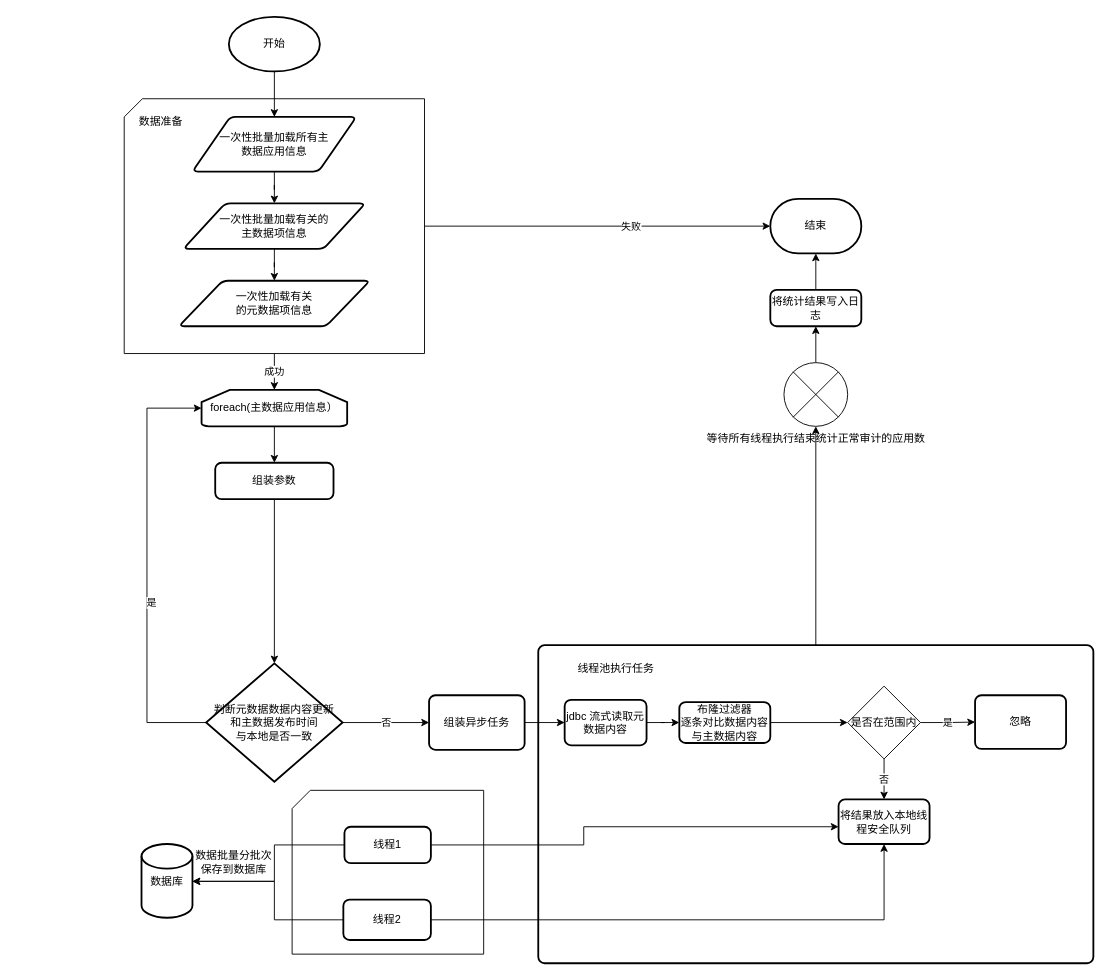
Earlier version of the draw.io diagram 主数据审计.drawio (weiqingping/dw). Source tidied: cells renumbered, new cells numbered last; positions are measured from the earlier drawing's top-left corner, leaving out a move shared by most shapes. Both pictures are drawn from the tidied source at 91%, with x=0, y=0 at pixel (124, 16).
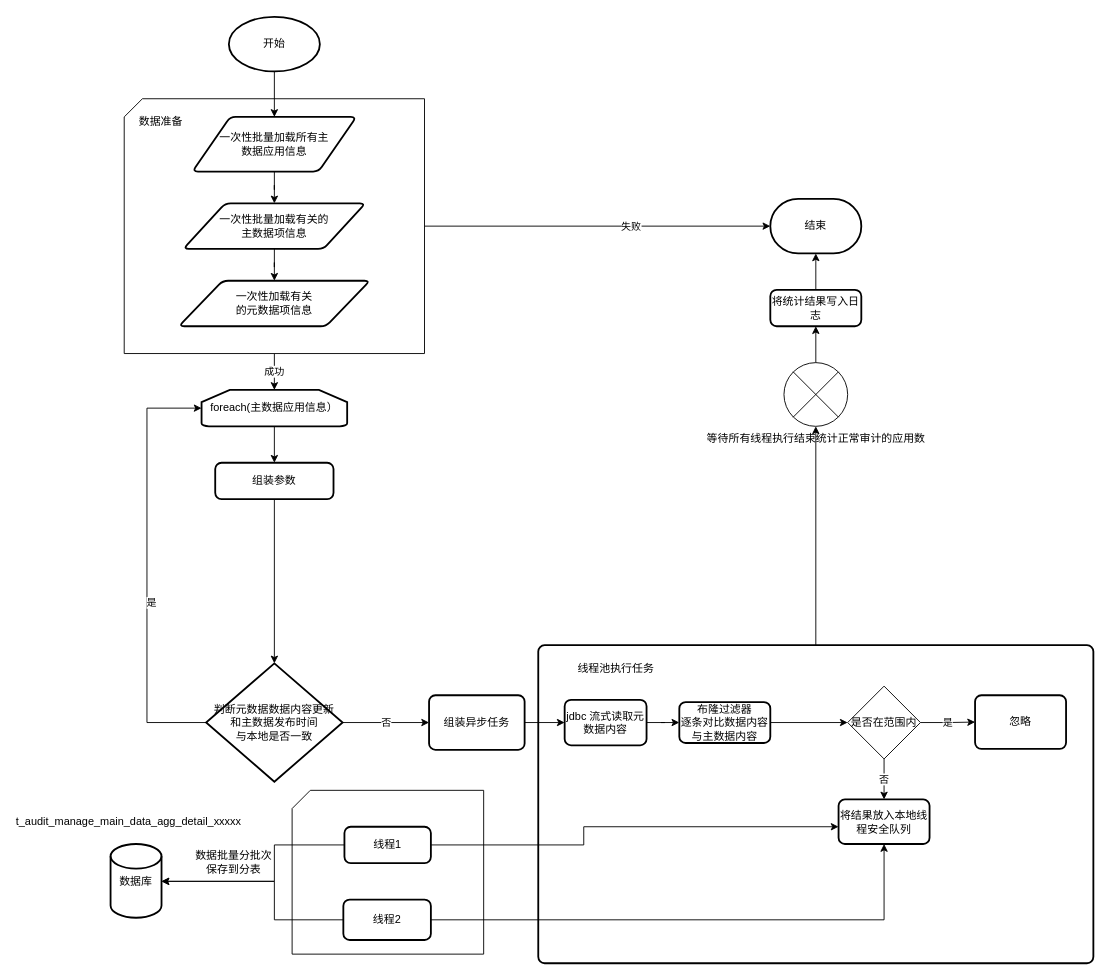
The same page after the edit.

Commit message:
更新主数据审计.drawio

Change to the diagram source:
```diff
@@
     <mxCell id="41" value="数据库" style="strokeWidth=2;html=1;shape=mxgraph.flowchart.database;whiteSpace=wrap;" parent="1" vertex="1">
-      <mxGeometry x="19" y="909" width="56" height="81" as="geometry" />
+      <mxGeometry x="-15" y="909" width="56" height="81" as="geometry" />
     </mxCell>
@@
-    <mxCell id="49" value="数据批量分批次&lt;br&gt;保存到数据库" style="text;html=1;align=center;verticalAlign=middle;fillColor=none;strokeColor=none;rounded=0;" parent="1" vertex="1">
+    <mxCell id="49" value="数据批量分批次&lt;br&gt;保存到分表" style="text;html=1;align=center;verticalAlign=middle;fillColor=none;strokeColor=none;rounded=0;" parent="1" vertex="1">
       <mxGeometry x="65" y="909" width="110" height="40" as="geometry" />
     </mxCell>
+    <mxCell id="50" value="t_audit_manage_main_data_agg_detail_xxxxx" style="text;strokeColor=none;align=center;fillColor=none;html=1;verticalAlign=middle;whiteSpace=wrap;rounded=0;" parent="1" vertex="1">
+      <mxGeometry x="-25" y="869.5" width="60" height="30" as="geometry" />
+    </mxCell>
```
